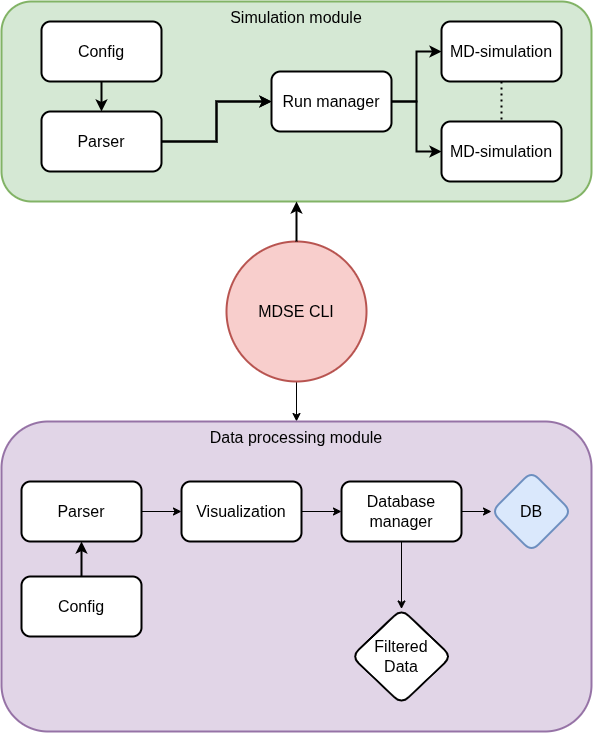
Above: docs/source/_static/MD-Design.png in TFYA99ProjGroup/MDSE (draw.io), before the change. Source tidied: cells renumbered, new cells last; positions are measured from the earlier drawing's top-left corner, leaving out a move shared by most shapes.
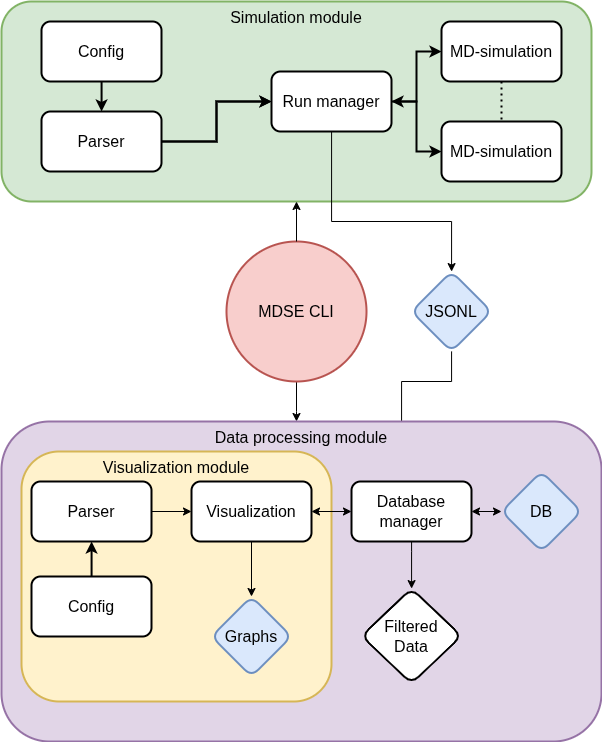
The same file after the commit.

Diff of the diagram source:
```diff
@@ -3,7 +3,12 @@
     <mxCell id="0" />
     <mxCell id="1" parent="0" />
     <mxCell id="2" style="edgeStyle=orthogonalEdgeStyle;rounded=0;jettySize=auto;html=1;" parent="1" edge="1" source="3" target="19">
-      <mxGeometry relative="1" as="geometry" />
+      <mxGeometry relative="1" as="geometry">
+        <Array as="points">
+          <mxPoint x="295" y="410" />
+          <mxPoint x="295" y="410" />
+        </Array>
+      </mxGeometry>
     </mxCell>
     <mxCell id="3" value="MDSE CLI" style="ellipse;whiteSpace=wrap;html=1;fillColor=#f8cecc;strokeColor=#b85450;strokeWidth=2;fontSize=16;" parent="1" vertex="1">
       <mxGeometry x="225" y="240" width="140" height="140" as="geometry" />
@@ -23,7 +28,7 @@
     <mxCell id="8" style="edgeStyle=orthogonalEdgeStyle;rounded=0;jettySize=auto;html=1;strokeWidth=2;startArrow=none;startFill=0;" parent="4" edge="1" source="10" target="12">
       <mxGeometry relative="1" as="geometry" />
     </mxCell>
-    <mxCell id="9" style="edgeStyle=orthogonalEdgeStyle;rounded=0;jettySize=auto;html=1;strokeWidth=2;startArrow=none;startFill=0;" parent="4" edge="1" source="10" target="13">
+    <mxCell id="9" style="edgeStyle=orthogonalEdgeStyle;rounded=0;jettySize=auto;html=1;strokeWidth=2;startArrow=classic;startFill=1;" parent="4" edge="1" source="10" target="13">
       <mxGeometry relative="1" as="geometry" />
     </mxCell>
     <mxCell id="10" value="Run manager" style="whiteSpace=wrap;html=1;rounded=1;strokeWidth=2;fontSize=16;" parent="4" vertex="1">
@@ -47,47 +52,80 @@
     <mxCell id="16" value="Parser" style="whiteSpace=wrap;html=1;rounded=1;strokeWidth=2;fontSize=16;" parent="4" vertex="1">
       <mxGeometry x="40" y="110" width="120" height="60" as="geometry" />
     </mxCell>
-    <mxCell id="17" style="edgeStyle=orthogonalEdgeStyle;rounded=0;jettySize=auto;html=1;strokeWidth=2;" parent="1" edge="1" source="3" target="5">
+    <mxCell id="17" style="edgeStyle=orthogonalEdgeStyle;rounded=0;jettySize=auto;html=1;strokeWidth=1;" parent="1" edge="1" source="3" target="5">
       <mxGeometry relative="1" as="geometry" />
     </mxCell>
-    <mxCell id="18" style="group;" parent="1" vertex="1">
-      <mxGeometry y="420" width="590" height="310" as="geometry" />
-    </mxCell>
+    <mxCell id="31" value="JSONL" style="rhombus;whiteSpace=wrap;html=1;rounded=1;fillColor=#dae8fc;strokeColor=#6c8ebf;strokeWidth=2;fontSize=16;" parent="1" vertex="1">
+      <mxGeometry x="410" y="270" width="80" height="80" as="geometry" />
+    </mxCell>
+    <mxCell id="32" style="edgeStyle=orthogonalEdgeStyle;rounded=0;jettySize=auto;html=1;" parent="1" edge="1" source="10" target="31">
+      <mxGeometry relative="1" as="geometry">
+        <Array as="points">
+          <mxPoint x="330" y="220" />
+          <mxPoint x="450" y="220" />
+        </Array>
+      </mxGeometry>
+    </mxCell>
+    <mxCell id="33" style="edgeStyle=orthogonalEdgeStyle;rounded=0;jettySize=auto;html=1;startArrow=classic;startFill=1;endArrow=none;endFill=0;" parent="1" edge="1" source="23" target="31">
+      <mxGeometry relative="1" as="geometry">
+        <Array as="points">
+          <mxPoint x="400" y="380" />
+          <mxPoint x="450" y="380" />
+        </Array>
+      </mxGeometry>
+    </mxCell>
+    <mxCell id="34" style="group;" parent="1" vertex="1">
+      <mxGeometry y="420" width="600" height="320" as="geometry" />
+    </mxCell>
-    <mxCell id="19" value="Data processing module" style="rounded=1;whiteSpace=wrap;html=1;verticalAlign=top;fontSize=16;fillColor=#e1d5e7;strokeColor=#9673a6;strokeWidth=2;" parent="18" vertex="1">
-      <mxGeometry width="590" height="310" as="geometry" />
+    <mxCell id="19" value="Data processing module" style="rounded=1;whiteSpace=wrap;html=1;verticalAlign=top;fontSize=16;fillColor=#e1d5e7;strokeColor=#9673a6;strokeWidth=2;" parent="34" vertex="1">
+      <mxGeometry width="600" height="320" as="geometry" />
     </mxCell>
+    <mxCell id="35" value="&lt;div style=&quot;&quot;&gt;Visualization module&lt;/div&gt;" style="rounded=1;whiteSpace=wrap;html=1;strokeWidth=2;fontSize=16;fillColor=#fff2cc;strokeColor=#d6b656;align=center;verticalAlign=top;" parent="34" vertex="1">
+      <mxGeometry x="20" y="30" width="310" height="250" as="geometry" />
+    </mxCell>
-    <mxCell id="20" value="DB" style="rhombus;whiteSpace=wrap;html=1;rounded=1;fillColor=#dae8fc;strokeColor=#6c8ebf;strokeWidth=2;fontSize=16;" parent="18" vertex="1">
-      <mxGeometry x="490" y="50" width="80" height="80" as="geometry" />
+    <mxCell id="20" value="DB" style="rhombus;whiteSpace=wrap;html=1;rounded=1;fillColor=#dae8fc;strokeColor=#6c8ebf;strokeWidth=2;fontSize=16;" parent="34" vertex="1">
+      <mxGeometry x="500" y="50" width="80" height="80" as="geometry" />
     </mxCell>
-    <mxCell id="21" style="edgeStyle=orthogonalEdgeStyle;rounded=0;jettySize=auto;html=1;" parent="18" edge="1" source="23" target="20">
+    <mxCell id="21" style="edgeStyle=orthogonalEdgeStyle;rounded=0;jettySize=auto;html=1;startArrow=classic;startFill=1;" parent="34" edge="1" source="23" target="20">
       <mxGeometry relative="1" as="geometry" />
     </mxCell>
-    <mxCell id="22" style="edgeStyle=orthogonalEdgeStyle;rounded=0;jettySize=auto;html=1;" parent="18" edge="1" source="23" target="28">
-      <mxGeometry relative="1" as="geometry" />
+    <mxCell id="22" style="edgeStyle=orthogonalEdgeStyle;rounded=0;jettySize=auto;html=1;" parent="34" edge="1" source="23" target="28">
+      <mxGeometry relative="1" as="geometry">
+        <Array as="points">
+          <mxPoint x="410" y="130" />
+          <mxPoint x="410" y="130" />
+        </Array>
+      </mxGeometry>
     </mxCell>
-    <mxCell id="23" value="Database manager" style="whiteSpace=wrap;html=1;rounded=1;strokeWidth=2;fontSize=16;" parent="18" vertex="1">
-      <mxGeometry x="340" y="60" width="120" height="60" as="geometry" />
+    <mxCell id="23" value="Database manager" style="whiteSpace=wrap;html=1;rounded=1;strokeWidth=2;fontSize=16;" parent="34" vertex="1">
+      <mxGeometry x="350" y="60" width="120" height="60" as="geometry" />
     </mxCell>
-    <mxCell id="24" style="edgeStyle=orthogonalEdgeStyle;rounded=0;jettySize=auto;html=1;" parent="18" edge="1" source="25" target="30">
+    <mxCell id="24" style="edgeStyle=orthogonalEdgeStyle;rounded=0;jettySize=auto;html=1;" parent="34" edge="1" source="25" target="30">
       <mxGeometry relative="1" as="geometry" />
     </mxCell>
-    <mxCell id="25" value="Parser" style="rounded=1;whiteSpace=wrap;html=1;strokeWidth=2;fontSize=16;" parent="18" vertex="1">
-      <mxGeometry x="20" y="60" width="120" height="60" as="geometry" />
-    </mxCell>
-    <mxCell id="26" value="Config" style="rounded=1;whiteSpace=wrap;html=1;strokeWidth=2;fontSize=16;" parent="18" vertex="1">
-      <mxGeometry x="20" y="155" width="120" height="60" as="geometry" />
+    <mxCell id="26" value="Config" style="rounded=1;whiteSpace=wrap;html=1;strokeWidth=2;fontSize=16;" parent="34" vertex="1">
+      <mxGeometry x="30" y="155" width="120" height="60" as="geometry" />
     </mxCell>
-    <mxCell id="27" style="edgeStyle=orthogonalEdgeStyle;rounded=0;jettySize=auto;html=1;strokeWidth=2;" parent="18" edge="1" source="26" target="25">
+    <mxCell id="27" style="edgeStyle=orthogonalEdgeStyle;rounded=0;jettySize=auto;html=1;strokeWidth=2;" parent="34" edge="1" source="26" target="25">
       <mxGeometry relative="1" as="geometry" />
     </mxCell>
-    <mxCell id="28" value="Filtered&lt;div&gt;Data&lt;/div&gt;" style="rhombus;whiteSpace=wrap;html=1;rounded=1;strokeWidth=2;fontSize=16;" parent="18" vertex="1">
-      <mxGeometry x="350" y="187.5" width="100" height="95" as="geometry" />
+    <mxCell id="28" value="Filtered&lt;div&gt;Data&lt;/div&gt;" style="rhombus;whiteSpace=wrap;html=1;rounded=1;strokeWidth=2;fontSize=16;" parent="34" vertex="1">
+      <mxGeometry x="360" y="167" width="100" height="95" as="geometry" />
     </mxCell>
-    <mxCell id="29" style="edgeStyle=orthogonalEdgeStyle;rounded=0;jettySize=auto;html=1;" parent="18" edge="1" source="30" target="23">
+    <mxCell id="29" style="edgeStyle=orthogonalEdgeStyle;rounded=0;jettySize=auto;html=1;" parent="34" edge="1" source="30" target="37">
       <mxGeometry relative="1" as="geometry" />
     </mxCell>
+    <mxCell id="36" style="edgeStyle=orthogonalEdgeStyle;rounded=0;jettySize=auto;html=1;startArrow=classic;startFill=1;" parent="34" edge="1" source="30" target="23">
+      <mxGeometry relative="1" as="geometry" />
+    </mxCell>
-    <mxCell id="30" value="Visualization" style="whiteSpace=wrap;html=1;rounded=1;strokeWidth=2;fontSize=16;" parent="18" vertex="1">
-      <mxGeometry x="180" y="60" width="120" height="60" as="geometry" />
+    <mxCell id="30" value="Visualization" style="whiteSpace=wrap;html=1;rounded=1;strokeWidth=2;fontSize=16;" parent="34" vertex="1">
+      <mxGeometry x="190" y="60" width="120" height="60" as="geometry" />
     </mxCell>
+    <mxCell id="37" value="Graphs" style="rhombus;whiteSpace=wrap;html=1;rounded=1;fillColor=#dae8fc;strokeColor=#6c8ebf;strokeWidth=2;fontSize=16;" parent="34" vertex="1">
+      <mxGeometry x="210" y="175" width="80" height="80" as="geometry" />
+    </mxCell>
+    <mxCell id="25" value="Parser" style="rounded=1;whiteSpace=wrap;html=1;strokeWidth=2;fontSize=16;" parent="34" vertex="1">
+      <mxGeometry x="30" y="60" width="120" height="60" as="geometry" />
+    </mxCell>
   </root>
 </mxGraphModel>
```
